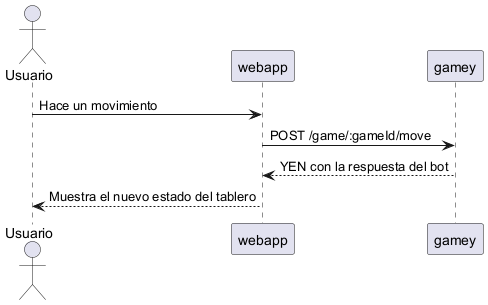
Arquisoft/yovi_es2a keeps this PlantUML diagram as images/runtime-move.png. Above is the earlier version.
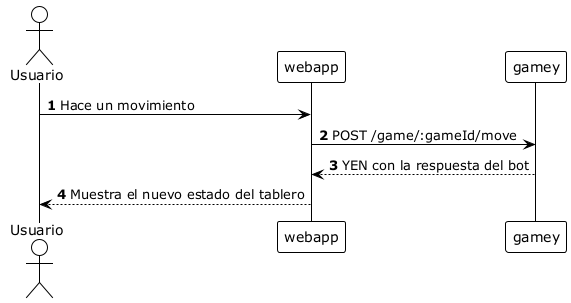
After the commit.

The edit, as a diff of the source:
```diff
@@ -1,4 +1,153 @@
 @startuml
+
+
+
+
+
+
+
+<style>
+  root {
+    BackgroundColor white
+    FontColor black
+    FontName Verdana
+    HyperLinkColor blue
+    LineColor black
+    LineThickness 1
+    Margin 5
+  }
+  document {
+    caption {
+      LineThickness 0
+    }
+    footer {
+      LineThickness 0
+    }
+    header {
+      LineThickness 0
+    }
+    title {
+      FontSize 22
+      LineThickness 0
+    }
+  }
+  node {
+    MaximumWidth 300
+  }
+</style>
+
+skinparam ArrowLollipopColor black
+skinparam BackgroundColor white
+skinparam DefaultFontName Verdana
+skinparam DefaultMonospacedFontName Courier
+skinparam LifelineStrategy nosolid
+skinparam ParticipantPadding 10
+skinparam SequenceLifeLineBorderColor black
+skinparam Shadowing false
+skinparam UseBetaStyle true
+
+skinparam Activity {
+  BackgroundColor white
+  BarColor black
+  BorderColor black
+  FontColor black
+  FontName Verdana
+}
+skinparam Boundary {
+  FontColor black
+}
+skinparam Box {
+  Padding 5
+}
+skinparam CircledCharacter {
+  FontColor black
+  FontName Courier
+  Radius 9
+}
+skinparam Class {
+  BackgroundColor white
+  BorderColor black
+  FontColor black
+  FontName Verdana
+}
+skinparam ClassAttribute {
+  FontColor black
+  FontName Verdana
+}
+skinparam ClassStereotype {
+  FontColor black
+  FontName Verdana
+}
+skinparam Footer {
+  FontColor black
+  FontName Verdana
+}
+skinparam Header {
+  FontColor black
+  FontName Verdana
+}
+skinparam Hyperlink {
+  Color blue
+}
+skinparam IconPackage {
+  Color black
+  BackgroundColor white
+}
+skinparam IconPrivate {
+  Color black
+  BackgroundColor white
+}
+skinparam IconProtected {
+  Color black
+  BackgroundColor white
+}
+skinparam IconPublic {
+  Color black
+  BackgroundColor white
+}
+skinparam Note {
+  FontColor black
+  FontName Verdana
+}
+skinparam Object {
+  BorderColor black
+}
+skinparam Package {
+  BorderColor black
+  FontColor black
+  FontName Verdana
+}
+skinparam State {
+  BackgroundColor white
+  BorderColor black
+}
+skinparam StereotypeA {
+  BackgroundColor white
+  BorderColor black
+}
+skinparam StereotypeC {
+  BackgroundColor white
+  BorderColor black
+}
+skinparam StereotypeE {
+  BackgroundColor white
+  BorderColor black
+}
+skinparam StereotypeI {
+  BackgroundColor white
+  BorderColor black
+}
+skinparam StereotypeN {
+  BackgroundColor white
+  BorderColor black
+}
+skinparam UseCaseStereoType {
+  FontColor black
+  FontName Verdana
+}
+autonumber
+skinparam monochrome true
+
 actor Usuario
 participant "webapp" as web
 participant "gamey" as game
```
